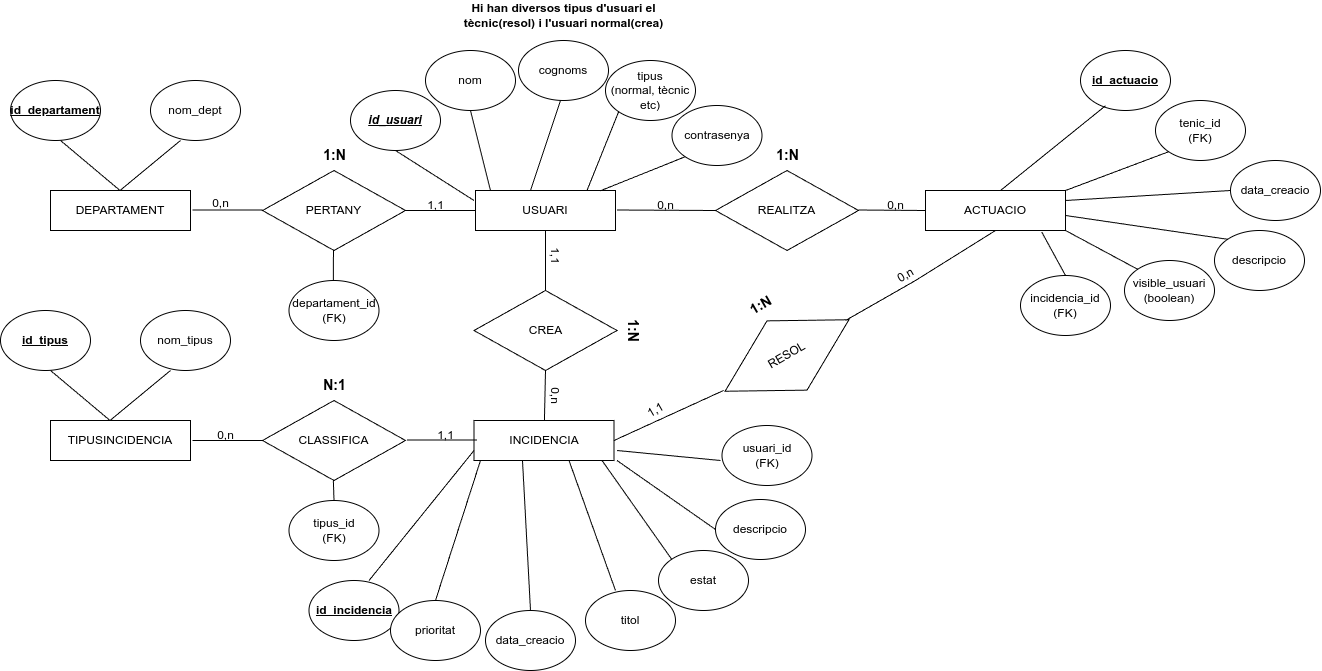
Earlier version of the draw.io export docs/esquemes/Disseny_Model_E-R.drawio.png (inspedralbes/projecte-1daw-24-25-daw1pj-PataPim). Source tidied: cells renumbered, new cells last; positions are measured from the earlier drawing's top-left corner, leaving out a move shared by most shapes.
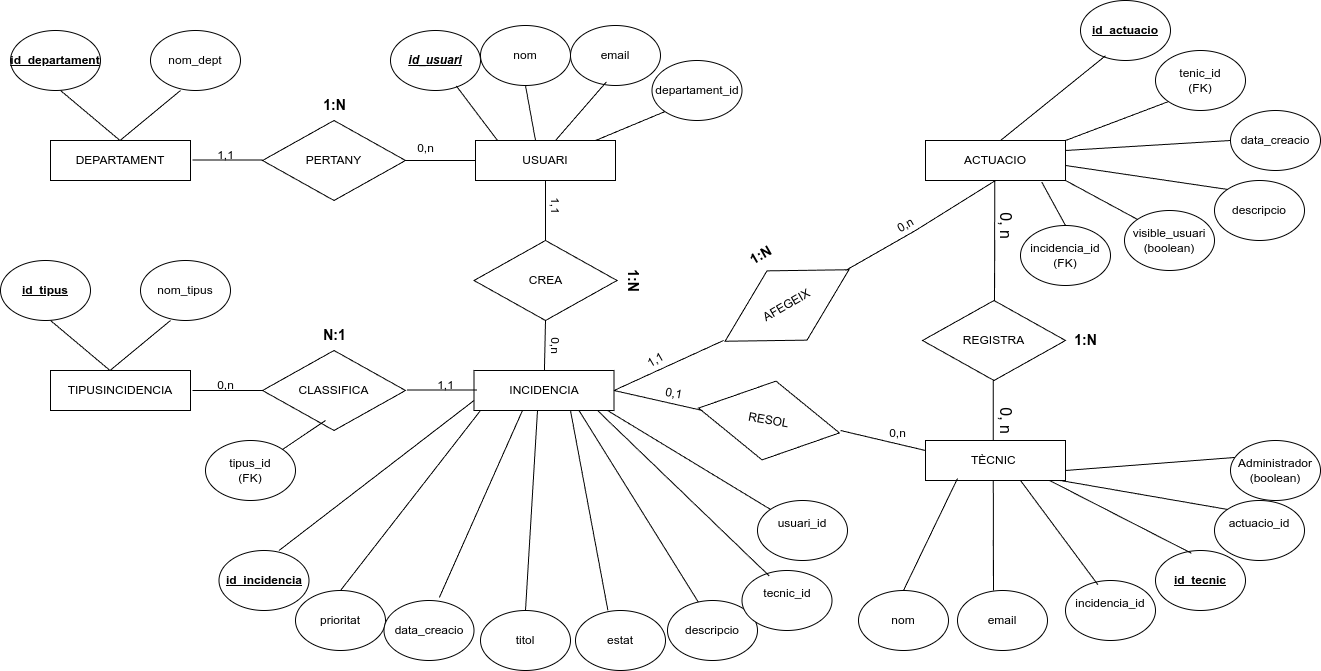
Later version of the same file.

Commit message:
Es penja l'esquema ER

Diff of the diagram source:
```diff
@@ -72,22 +72,6 @@
     </mxCell>
-    <mxCell id="19" style="endArrow=none;html=1;rounded=0;entryX=0;entryY=0.5;entryDx=0;entryDy=0;" parent="1" edge="1" target="21">
-      <mxGeometry relative="1" as="geometry">
-        <mxPoint x="616.5" y="209.5" as="sourcePoint" />
-      </mxGeometry>
-    </mxCell>
-    <mxCell id="20" value="Hi han diversos tipus d'usuari el tècnic(resol) i l'usuari normal(crea)" style="text;html=1;align=center;verticalAlign=middle;whiteSpace=wrap;rounded=0;fontStyle=1;" parent="1" vertex="1">
-      <mxGeometry x="455" width="217" height="30" as="geometry" />
-    </mxCell>
-    <mxCell id="21" value="REALITZA" style="rhombus;whiteSpace=wrap;html=1;" parent="1" vertex="1">
-      <mxGeometry x="715" y="170" width="143" height="80" as="geometry" />
-    </mxCell>
-    <mxCell id="22" style="endArrow=none;html=1;rounded=0;entryX=0;entryY=0.5;entryDx=0;entryDy=0;" parent="1" edge="1" target="4">
-      <mxGeometry relative="1" as="geometry">
-        <mxPoint x="858" y="209.5" as="sourcePoint" />
-      </mxGeometry>
-    </mxCell>
     <mxCell id="23" value="1:N" style="text;html=1;align=center;verticalAlign=middle;strokeColor=none;fillColor=none;fontStyle=1;fontSize=14;" parent="1" vertex="1">
-      <mxGeometry x="761.5" y="140" width="50" height="30" as="geometry" />
+      <mxGeometry x="1060" y="375" width="50" height="30" as="geometry" />
     </mxCell>
-    <mxCell id="24" value="&lt;div&gt;&lt;br&gt;&lt;/div&gt;RESOL&lt;div&gt;&lt;br&gt;&lt;/div&gt;" style="rhombus;whiteSpace=wrap;html=1;rotation=330;" parent="1" vertex="1">
+    <mxCell id="24" value="AFEGEIX" style="rhombus;whiteSpace=wrap;html=1;rotation=330;" parent="1" vertex="1">
       <mxGeometry x="715" y="315" width="143" height="80" as="geometry" />
@@ -121,11 +105,5 @@
     </mxCell>
-    <mxCell id="30" value="0,n" style="text;html=1;align=center;verticalAlign=middle;strokeColor=none;fillColor=none;rotation=0;" parent="1" vertex="1">
-      <mxGeometry x="645" y="190" width="40" height="30" as="geometry" />
-    </mxCell>
     <mxCell id="31" value="1,1" style="text;html=1;align=center;verticalAlign=middle;strokeColor=none;fillColor=none;rotation=0;" parent="1" vertex="1">
-      <mxGeometry x="415" y="190" width="40" height="30" as="geometry" />
+      <mxGeometry x="205" y="190" width="40" height="30" as="geometry" />
     </mxCell>
-    <mxCell id="32" value="0,n&lt;div&gt;&lt;br&gt;&lt;/div&gt;" style="text;html=1;align=center;verticalAlign=middle;strokeColor=none;fillColor=none;" parent="1" vertex="1">
-      <mxGeometry x="200" y="190" width="40" height="40" as="geometry" />
-    </mxCell>
     <mxCell id="33" value="0,n" style="text;html=1;align=center;verticalAlign=middle;strokeColor=none;fillColor=none;" parent="1" vertex="1">
@@ -142,5 +120,2 @@
     </mxCell>
-    <mxCell id="37" value="0,n" style="text;html=1;align=center;verticalAlign=middle;strokeColor=none;fillColor=none;rotation=0;" parent="1" vertex="1">
-      <mxGeometry x="875" y="190" width="40" height="30" as="geometry" />
-    </mxCell>
     <mxCell id="38" value="&lt;b&gt;&lt;u&gt;id_departament&lt;/u&gt;&lt;/b&gt;" style="ellipse;whiteSpace=wrap;html=1;" parent="1" vertex="1">
@@ -242,35 +217,18 @@
     <mxCell id="58" style="ellipse;whiteSpace=wrap;html=1;" parent="1" vertex="1">
-      <mxGeometry x="350" y="90" width="90" height="60" as="geometry" />
+      <mxGeometry x="390" y="80" width="90" height="60" as="geometry" />
     </mxCell>
-    <mxCell id="59" style="endArrow=none;html=1;rounded=0;entryX=0.5;entryY=1;entryDx=0;entryDy=0;" parent="1" edge="1" target="58">
-      <mxGeometry relative="1" as="geometry">
-        <mxPoint x="473.5" y="200" as="sourcePoint" />
-        <Array as="points">
-          <mxPoint x="473.5" y="200" />
-        </Array>
-      </mxGeometry>
-    </mxCell>
     <mxCell id="60" value="&lt;i style=&quot;&quot;&gt;&lt;b&gt;&lt;u&gt;id_usuari&lt;/u&gt;&lt;/b&gt;&lt;/i&gt;" style="text;html=1;align=center;verticalAlign=middle;whiteSpace=wrap;rounded=0;" parent="1" vertex="1">
-      <mxGeometry x="365" y="105" width="60" height="30" as="geometry" />
+      <mxGeometry x="405" y="95" width="60" height="30" as="geometry" />
     </mxCell>
-    <mxCell id="61" style="endArrow=none;html=1;rounded=0;entryX=0.5;entryY=1;entryDx=0;entryDy=0;" parent="1" edge="1" target="62">
-      <mxGeometry relative="1" as="geometry">
-        <mxPoint x="490" y="190" as="sourcePoint" />
-        <Array as="points">
-          <mxPoint x="490" y="190" />
-        </Array>
-      </mxGeometry>
-    </mxCell>
     <mxCell id="62" value="nom" style="ellipse;whiteSpace=wrap;html=1;" parent="1" vertex="1">
-      <mxGeometry x="425" y="50" width="90" height="60" as="geometry" />
+      <mxGeometry x="480" y="75" width="90" height="60" as="geometry" />
     </mxCell>
-    <mxCell id="63" value="cognoms" style="ellipse;whiteSpace=wrap;html=1;" parent="1" vertex="1">
-      <mxGeometry x="518" y="40" width="90" height="60" as="geometry" />
+    <mxCell id="63" value="email" style="ellipse;whiteSpace=wrap;html=1;" parent="1" vertex="1">
+      <mxGeometry x="570" y="75" width="90" height="60" as="geometry" />
     </mxCell>
-    <mxCell id="64" style="endArrow=none;html=1;rounded=0;" parent="1" edge="1">
+    <mxCell id="64" style="endArrow=none;html=1;rounded=0;entryX=0.4;entryY=0.938;entryDx=0;entryDy=0;entryPerimeter=0;" parent="1" edge="1" target="63">
       <mxGeometry relative="1" as="geometry">
-        <mxPoint x="530" y="190" as="sourcePoint" />
-        <mxPoint x="560" y="100" as="targetPoint" />
+        <mxPoint x="555" y="190" as="sourcePoint" />
         <Array as="points">
-          <mxPoint x="530" y="190" />
+          <mxPoint x="555" y="190" />
         </Array>
@@ -278,33 +236,4 @@
     </mxCell>
-    <mxCell id="65" value="departament_id&lt;div&gt;(FK)&lt;/div&gt;" style="ellipse;whiteSpace=wrap;html=1;" parent="1" vertex="1">
-      <mxGeometry x="288.5" y="280" width="90" height="60" as="geometry" />
-    </mxCell>
-    <mxCell id="66" style="endArrow=none;html=1;rounded=0;" parent="1" edge="1">
-      <mxGeometry relative="1" as="geometry">
-        <mxPoint x="333" y="250" as="sourcePoint" />
-        <mxPoint x="332.9" y="280" as="targetPoint" />
-        <Array as="points">
-          <mxPoint x="333" y="250" />
-        </Array>
-      </mxGeometry>
-    </mxCell>
-    <mxCell id="67" value="tipus&lt;br&gt;&lt;div&gt;(normal, tècnic etc)&lt;/div&gt;" style="ellipse;whiteSpace=wrap;html=1;" parent="1" vertex="1">
-      <mxGeometry x="605" y="60" width="90" height="60" as="geometry" />
-    </mxCell>
-    <mxCell id="68" style="endArrow=none;html=1;rounded=0;entryX=0;entryY=1;entryDx=0;entryDy=0;" parent="1" edge="1" target="67">
-      <mxGeometry relative="1" as="geometry">
-        <mxPoint x="586.5" y="190" as="sourcePoint" />
-        <Array as="points">
-          <mxPoint x="586.5" y="190" />
-        </Array>
-      </mxGeometry>
-    </mxCell>
-    <mxCell id="69" value="contrasenya" style="ellipse;whiteSpace=wrap;html=1;" parent="1" vertex="1">
-      <mxGeometry x="671.5" y="105" width="90" height="60" as="geometry" />
-    </mxCell>
-    <mxCell id="70" style="endArrow=none;html=1;rounded=0;entryX=0;entryY=1;entryDx=0;entryDy=0;exitX=0.893;exitY=0.006;exitDx=0;exitDy=0;exitPerimeter=0;" parent="1" edge="1" source="2" target="69">
-      <mxGeometry relative="1" as="geometry" />
-    </mxCell>
     <mxCell id="71" value="titol" style="ellipse;whiteSpace=wrap;html=1;" parent="1" vertex="1">
-      <mxGeometry x="585" y="590" width="90" height="60" as="geometry" />
+      <mxGeometry x="480" y="660" width="90" height="60" as="geometry" />
     </mxCell>
@@ -319,28 +248,26 @@
     <mxCell id="73" value="&lt;b&gt;&lt;u&gt;id_incidencia&lt;/u&gt;&lt;/b&gt;" style="ellipse;whiteSpace=wrap;html=1;" parent="1" vertex="1">
-      <mxGeometry x="308.5" y="580" width="90" height="60" as="geometry" />
+      <mxGeometry x="218.5" y="600" width="90" height="60" as="geometry" />
     </mxCell>
-    <mxCell id="74" style="endArrow=none;html=1;rounded=0;exitX=0;exitY=0.5;exitDx=0;exitDy=0;" parent="1" edge="1" source="75">
-      <mxGeometry relative="1" as="geometry">
-        <mxPoint x="616.5" y="460" as="targetPoint" />
-      </mxGeometry>
+    <mxCell id="74" style="endArrow=none;html=1;rounded=0;exitX=0.37;exitY=0.093;exitDx=0;exitDy=0;entryX=0.75;entryY=1;entryDx=0;entryDy=0;exitPerimeter=0;" parent="1" edge="1" source="75" target="3">
+      <mxGeometry relative="1" as="geometry" />
     </mxCell>
     <mxCell id="75" value="descripcio" style="ellipse;whiteSpace=wrap;html=1;" parent="1" vertex="1">
-      <mxGeometry x="715" y="499" width="90" height="60" as="geometry" />
+      <mxGeometry x="667" y="650" width="90" height="60" as="geometry" />
     </mxCell>
     <mxCell id="76" value="estat" style="ellipse;whiteSpace=wrap;html=1;" parent="1" vertex="1">
-      <mxGeometry x="658" y="550" width="90" height="60" as="geometry" />
+      <mxGeometry x="575" y="660" width="90" height="60" as="geometry" />
     </mxCell>
     <mxCell id="77" value="prioritat" style="ellipse;whiteSpace=wrap;html=1;" parent="1" vertex="1">
-      <mxGeometry x="390" y="600" width="90" height="60" as="geometry" />
+      <mxGeometry x="295" y="640" width="90" height="60" as="geometry" />
     </mxCell>
     <mxCell id="78" value="data_creacio" style="ellipse;whiteSpace=wrap;html=1;" parent="1" vertex="1">
-      <mxGeometry x="485" y="610" width="90" height="60" as="geometry" />
+      <mxGeometry x="383.5" y="650" width="90" height="60" as="geometry" />
     </mxCell>
     <mxCell id="79" value="tipus_id&lt;br&gt;&lt;div&gt;(FK)&lt;/div&gt;" style="ellipse;whiteSpace=wrap;html=1;" parent="1" vertex="1">
-      <mxGeometry x="288.5" y="500" width="90" height="60" as="geometry" />
+      <mxGeometry x="205" y="490" width="90" height="60" as="geometry" />
     </mxCell>
-    <mxCell id="80" value="usuari_id&lt;div&gt;(FK)&lt;/div&gt;" style="ellipse;whiteSpace=wrap;html=1;" parent="1" vertex="1">
-      <mxGeometry x="721.5" y="425" width="90" height="60" as="geometry" />
+    <mxCell id="80" value="tecnic_id&lt;br&gt;&lt;div&gt;&lt;br&gt;&lt;/div&gt;" style="ellipse;whiteSpace=wrap;html=1;" parent="1" vertex="1">
+      <mxGeometry x="741.5" y="620" width="90" height="60" as="geometry" />
     </mxCell>
-    <mxCell id="81" style="endArrow=none;html=1;rounded=0;entryX=0.5;entryY=0;entryDx=0;entryDy=0;" parent="1" edge="1" target="78">
+    <mxCell id="81" style="endArrow=none;html=1;rounded=0;entryX=0.615;entryY=-0.05;entryDx=0;entryDy=0;entryPerimeter=0;" parent="1" edge="1" target="78">
       <mxGeometry relative="1" as="geometry">
@@ -352,3 +279,3 @@
     </mxCell>
-    <mxCell id="82" style="endArrow=none;html=1;rounded=0;entryX=0.333;entryY=0;entryDx=0;entryDy=0;entryPerimeter=0;" parent="1" edge="1" target="71">
+    <mxCell id="82" style="endArrow=none;html=1;rounded=0;entryX=0.5;entryY=0;entryDx=0;entryDy=0;" parent="1" edge="1" target="71">
       <mxGeometry relative="1" as="geometry">
@@ -356,3 +283,3 @@
         <Array as="points">
-          <mxPoint x="568.5" y="460" />
+          <mxPoint x="537" y="460" />
         </Array>
@@ -360,15 +287,2 @@
     </mxCell>
-    <mxCell id="83" style="endArrow=none;html=1;rounded=0;entryX=0;entryY=0;entryDx=0;entryDy=0;" parent="1" edge="1" target="76">
-      <mxGeometry relative="1" as="geometry">
-        <mxPoint x="601.5" y="460" as="sourcePoint" />
-        <Array as="points">
-          <mxPoint x="601.5" y="460" />
-        </Array>
-      </mxGeometry>
-    </mxCell>
-    <mxCell id="84" style="endArrow=none;html=1;rounded=0;exitX=0.5;exitY=0;exitDx=0;exitDy=0;" parent="1" edge="1" source="79">
-      <mxGeometry relative="1" as="geometry">
-        <mxPoint x="332.9" y="480" as="targetPoint" />
-      </mxGeometry>
-    </mxCell>
     <mxCell id="85" style="endArrow=none;html=1;rounded=0;entryX=0;entryY=0.75;entryDx=0;entryDy=0;exitX=0.667;exitY=0;exitDx=0;exitDy=0;exitPerimeter=0;" parent="1" edge="1" source="73" target="3">
@@ -376,8 +290,149 @@
     </mxCell>
-    <mxCell id="86" style="endArrow=none;html=1;rounded=0;" parent="1" edge="1">
-      <mxGeometry relative="1" as="geometry">
-        <mxPoint x="720" y="460" as="sourcePoint" />
-        <mxPoint x="616.5" y="450" as="targetPoint" />
-      </mxGeometry>
+    <mxCell id="86" style="endArrow=none;html=1;rounded=0;exitX=0.304;exitY=0.093;exitDx=0;exitDy=0;exitPerimeter=0;entryX=0.882;entryY=1;entryDx=0;entryDy=0;entryPerimeter=0;" parent="1" edge="1" source="80" target="3">
+      <mxGeometry relative="1" as="geometry" />
     </mxCell>
+    <mxCell id="87" style="endArrow=none;html=1;rounded=0;entryX=0.5;entryY=1;entryDx=0;entryDy=0;" parent="1" edge="1" target="62">
+      <mxGeometry relative="1" as="geometry">
+        <mxPoint x="535" y="190" as="sourcePoint" />
+        <Array as="points">
+          <mxPoint x="535" y="190" />
+        </Array>
+      </mxGeometry>
+    </mxCell>
+    <mxCell id="88" value="REGISTRA" style="rhombus;whiteSpace=wrap;html=1;rotation=0;" parent="1" vertex="1">
+      <mxGeometry x="922" y="350" width="143" height="80" as="geometry" />
+    </mxCell>
+    <mxCell id="89" style="endArrow=none;html=1;rounded=0;" parent="1" edge="1">
+      <mxGeometry relative="1" as="geometry">
+        <mxPoint x="994.3" y="290" as="sourcePoint" />
+        <mxPoint x="994.3" y="230" as="targetPoint" />
+        <Array as="points">
+          <mxPoint x="994" y="350" />
+        </Array>
+      </mxGeometry>
+    </mxCell>
+    <mxCell id="90" value="TÈCNIC&amp;nbsp;" style="rounded=0;whiteSpace=wrap;html=1;align=center;rotation=0;" parent="1" vertex="1">
+      <mxGeometry x="925" y="490" width="140" height="40" as="geometry" />
+    </mxCell>
+    <mxCell id="91" style="endArrow=none;html=1;rounded=0;" parent="1" edge="1">
+      <mxGeometry relative="1" as="geometry">
+        <mxPoint x="992.8" y="490" as="sourcePoint" />
+        <mxPoint x="992.8" y="430" as="targetPoint" />
+        <Array as="points">
+          <mxPoint x="992.8" y="490" />
+        </Array>
+      </mxGeometry>
+    </mxCell>
+    <mxCell id="92" value="&lt;b&gt;&lt;u&gt;id_tecnic&lt;/u&gt;&lt;/b&gt;" style="ellipse;whiteSpace=wrap;html=1;" parent="1" vertex="1">
+      <mxGeometry x="1155" y="600" width="90" height="60" as="geometry" />
+    </mxCell>
+    <mxCell id="93" style="endArrow=none;html=1;rounded=0;entryX=0.398;entryY=0.045;entryDx=0;entryDy=0;entryPerimeter=0;exitX=0.884;exitY=0.996;exitDx=0;exitDy=0;exitPerimeter=0;" parent="1" edge="1" source="90" target="92">
+      <mxGeometry relative="1" as="geometry" />
+    </mxCell>
+    <mxCell id="94" value="0, n" style="edgeLabel;html=1;align=center;verticalAlign=middle;fontSize=16;rotation=90;" parent="1" vertex="1">
+      <mxGeometry x="1007" y="275" as="geometry" />
+    </mxCell>
+    <mxCell id="95" value="0, n" style="edgeLabel;html=1;align=center;verticalAlign=middle;fontSize=16;rotation=90;" parent="1" vertex="1">
+      <mxGeometry x="1007" y="470" as="geometry" />
+    </mxCell>
+    <mxCell id="96" value="RESOL" style="rhombus;whiteSpace=wrap;html=1;rotation=10;" parent="1" vertex="1">
+      <mxGeometry x="697" y="430" width="143" height="80" as="geometry" />
+    </mxCell>
+    <mxCell id="97" style="endArrow=none;html=1;rounded=0;exitX=0;exitY=0.25;exitDx=0;exitDy=0;" parent="1" edge="1" source="90">
+      <mxGeometry relative="1" as="geometry">
+        <mxPoint x="840" y="480" as="targetPoint" />
+      </mxGeometry>
+    </mxCell>
+    <mxCell id="98" style="endArrow=none;html=1;rounded=0;exitX=0;exitY=0.25;exitDx=0;exitDy=0;entryX=1;entryY=0.5;entryDx=0;entryDy=0;" parent="1" edge="1" target="3">
+      <mxGeometry relative="1" as="geometry">
+        <mxPoint x="702" y="460" as="sourcePoint" />
+      </mxGeometry>
+    </mxCell>
+    <mxCell id="99" value="incidencia_id&lt;div&gt;&lt;br&gt;&lt;/div&gt;" style="ellipse;whiteSpace=wrap;html=1;" parent="1" vertex="1">
+      <mxGeometry x="1065" y="630" width="90" height="60" as="geometry" />
+    </mxCell>
+    <mxCell id="100" style="endArrow=none;html=1;rounded=0;entryX=0.359;entryY=0.069;entryDx=0;entryDy=0;entryPerimeter=0;" parent="1" edge="1" target="99">
+      <mxGeometry relative="1" as="geometry">
+        <mxPoint x="1020" y="530" as="sourcePoint" />
+      </mxGeometry>
+    </mxCell>
+    <mxCell id="101" style="endArrow=none;html=1;rounded=0;entryX=1;entryY=0;entryDx=0;entryDy=0;exitX=0.83;exitY=1.037;exitDx=0;exitDy=0;exitPerimeter=0;" parent="1" edge="1" target="79">
+      <mxGeometry relative="1" as="geometry">
+        <mxPoint x="325" y="470" as="sourcePoint" />
+      </mxGeometry>
+    </mxCell>
+    <mxCell id="102" value="departament_id" style="ellipse;whiteSpace=wrap;html=1;" parent="1" vertex="1">
+      <mxGeometry x="651.5" y="110" width="90" height="60" as="geometry" />
+    </mxCell>
+    <mxCell id="103" style="endArrow=none;html=1;rounded=0;entryX=0;entryY=1;entryDx=0;entryDy=0;" parent="1" edge="1" target="102">
+      <mxGeometry relative="1" as="geometry">
+        <mxPoint x="595" y="190" as="sourcePoint" />
+        <Array as="points">
+          <mxPoint x="595" y="190" />
+        </Array>
+      </mxGeometry>
+    </mxCell>
+    <mxCell id="104" value="usuari_id&lt;br&gt;&lt;div&gt;&lt;br&gt;&lt;/div&gt;" style="ellipse;whiteSpace=wrap;html=1;" parent="1" vertex="1">
+      <mxGeometry x="757" y="550" width="90" height="60" as="geometry" />
+    </mxCell>
+    <mxCell id="105" style="endArrow=none;html=1;rounded=0;exitX=0;exitY=0;exitDx=0;exitDy=0;" parent="1" edge="1" source="104">
+      <mxGeometry relative="1" as="geometry">
+        <mxPoint x="607" y="460" as="targetPoint" />
+      </mxGeometry>
+    </mxCell>
+    <mxCell id="106" style="endArrow=none;html=1;rounded=0;exitX=0.36;exitY=-0.002;exitDx=0;exitDy=0;exitPerimeter=0;" parent="1" edge="1" source="76">
+      <mxGeometry relative="1" as="geometry">
+        <mxPoint x="570" y="460" as="targetPoint" />
+      </mxGeometry>
+    </mxCell>
+    <mxCell id="107" value="actuacio_id&lt;div&gt;&lt;br/&gt;&lt;/div&gt;" style="ellipse;whiteSpace=wrap;html=1;" parent="1" vertex="1">
+      <mxGeometry x="1214" y="550" width="90" height="60" as="geometry" />
+    </mxCell>
+    <mxCell id="108" style="endArrow=none;html=1;rounded=0;entryX=0;entryY=0;entryDx=0;entryDy=0;" parent="1" edge="1" target="107">
+      <mxGeometry relative="1" as="geometry">
+        <mxPoint x="1060" y="530" as="sourcePoint" />
+      </mxGeometry>
+    </mxCell>
+    <mxCell id="109" value="Administrador&lt;br&gt;(boolean)" style="ellipse;whiteSpace=wrap;html=1;" parent="1" vertex="1">
+      <mxGeometry x="1230" y="490" width="90" height="60" as="geometry" />
+    </mxCell>
+    <mxCell id="110" style="endArrow=none;html=1;rounded=0;entryX=0.049;entryY=0.283;entryDx=0;entryDy=0;entryPerimeter=0;" parent="1" edge="1" target="109">
+      <mxGeometry relative="1" as="geometry">
+        <mxPoint x="1065" y="520" as="sourcePoint" />
+      </mxGeometry>
+    </mxCell>
+    <mxCell id="32" value="0,n&lt;div&gt;&lt;br&gt;&lt;/div&gt;" style="text;html=1;align=center;verticalAlign=middle;strokeColor=none;fillColor=none;" parent="1" vertex="1">
+      <mxGeometry x="405" y="185" width="40" height="40" as="geometry" />
+    </mxCell>
+    <mxCell id="111" style="endArrow=none;html=1;rounded=0;entryX=0.732;entryY=0.926;entryDx=0;entryDy=0;entryPerimeter=0;" parent="1" edge="1" target="58">
+      <mxGeometry relative="1" as="geometry">
+        <mxPoint x="497" y="190" as="sourcePoint" />
+      </mxGeometry>
+    </mxCell>
+    <mxCell id="112" value="0,1&lt;div&gt;&lt;br&gt;&lt;/div&gt;" style="text;html=1;align=center;verticalAlign=middle;strokeColor=none;fillColor=none;rotation=10;" parent="1" vertex="1">
+      <mxGeometry x="651.5" y="430" width="40" height="40" as="geometry" />
+    </mxCell>
+    <mxCell id="113" value="0,n&lt;div&gt;&lt;br&gt;&lt;/div&gt;" style="text;html=1;align=center;verticalAlign=middle;strokeColor=none;fillColor=none;" parent="1" vertex="1">
+      <mxGeometry x="877" y="470" width="40" height="40" as="geometry" />
+    </mxCell>
+    <mxCell id="114" value="nom" style="ellipse;whiteSpace=wrap;html=1;" parent="1" vertex="1">
+      <mxGeometry x="858" y="640" width="90" height="60" as="geometry" />
+    </mxCell>
+    <mxCell id="115" value="email" style="ellipse;whiteSpace=wrap;html=1;" parent="1" vertex="1">
+      <mxGeometry x="957" y="640" width="90" height="60" as="geometry" />
+    </mxCell>
+    <mxCell id="116" style="endArrow=none;html=1;rounded=0;entryX=0.5;entryY=0;entryDx=0;entryDy=0;" parent="1" edge="1" target="114">
+      <mxGeometry relative="1" as="geometry">
+        <mxPoint x="957" y="528" as="sourcePoint" />
+      </mxGeometry>
+    </mxCell>
+    <mxCell id="117" style="endArrow=none;html=1;rounded=0;" parent="1" edge="1">
+      <mxGeometry relative="1" as="geometry">
+        <mxPoint x="992.8" y="590" as="sourcePoint" />
+        <mxPoint x="992.8" y="530" as="targetPoint" />
+        <Array as="points">
+          <mxPoint x="993" y="640" />
+        </Array>
+      </mxGeometry>
+    </mxCell>
   </root>
```
